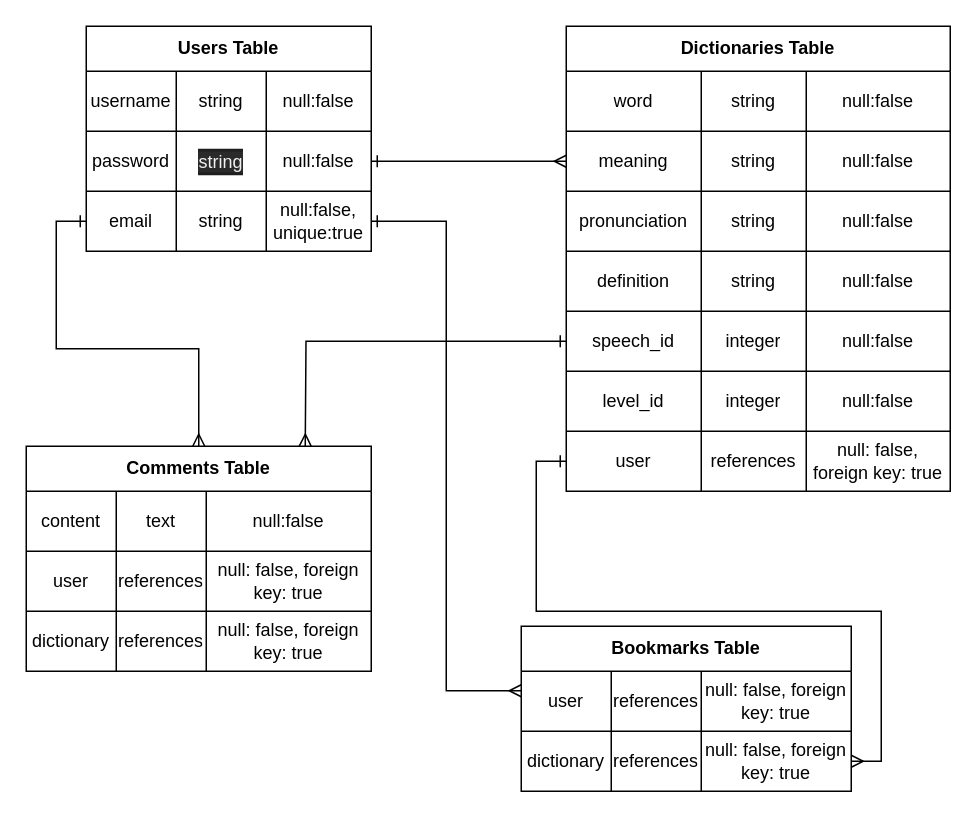
Above: memorize.dio in sebadohb/memorizers_app (draw.io), before the change. Source tidied: cells renumbered, new cells numbered last; positions are measured from the earlier drawing's top-left corner, leaving out a move shared by most shapes. Both pictures are drawn from the tidied source at 150%, with x=0, y=0 at pixel (26, 26).
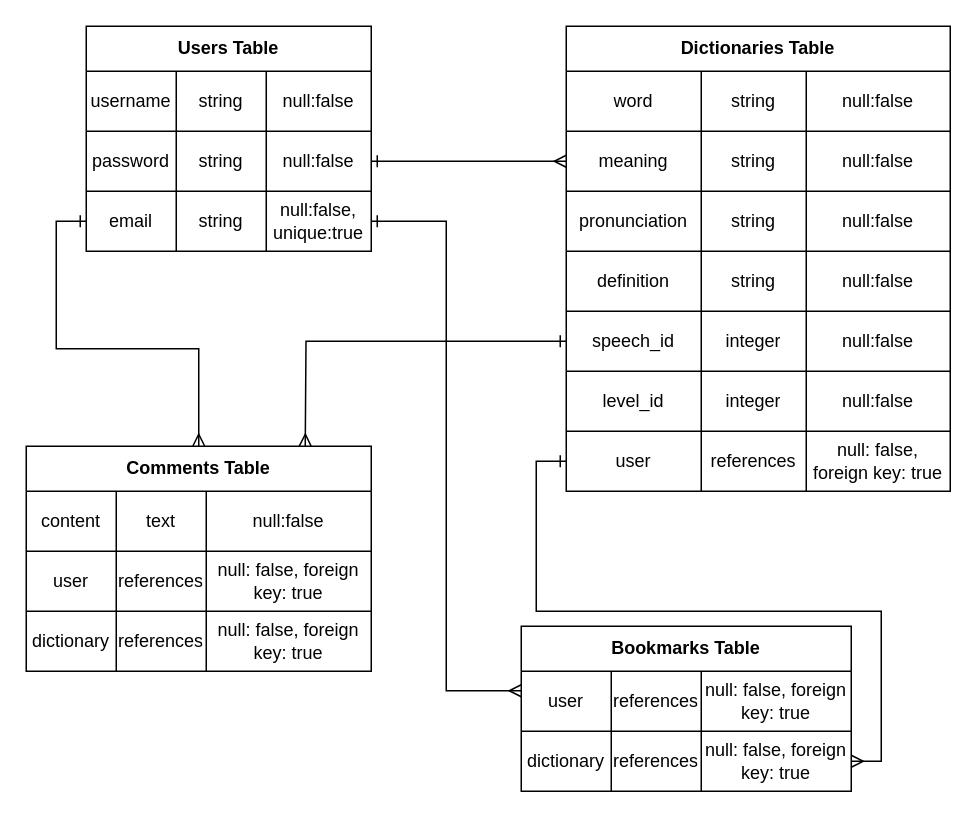
The same page after the edit.

The change refers to these unchanged cells:
```xml
<mxCell id="7" style="shape=partialRectangle;html=1;whiteSpace=wrap;fillColor=none;top=0;left=0;bottom=0;right=0;points=[[0,0.5],[1,0.5]];portConstraint=eastwest;" parent="2" vertex="1">
  <mxGeometry y="70" width="190" height="40" as="geometry" />
</mxCell>
```

Diff of the diagram source:
```diff
@@
-    <mxCell id="9" value="&lt;div style=&quot;color: rgb(212 , 212 , 212) ; background-color: rgb(30 , 30 , 30) ; font-family: &amp;#34;menlo&amp;#34; , &amp;#34;monaco&amp;#34; , &amp;#34;courier new&amp;#34; , monospace ; font-weight: normal ; font-size: 12px ; line-height: 18px&quot;&gt;&lt;span style=&quot;color: rgb(240 , 240 , 240) ; font-family: &amp;#34;helvetica&amp;#34; ; background-color: rgb(42 , 42 , 42)&quot;&gt;string&lt;/span&gt;&lt;br&gt;&lt;/div&gt;" style="shape=partialRectangle;html=1;whiteSpace=wrap;fillColor=none;top=0;left=0;bottom=0;right=0;overflow=hidden;" parent="7" vertex="1">
+    <mxCell id="9" value="&lt;font face=&quot;helvetica&quot;&gt;string&lt;/font&gt;" style="shape=partialRectangle;html=1;whiteSpace=wrap;fillColor=none;top=0;left=0;bottom=0;right=0;overflow=hidden;" parent="7" vertex="1">
       <mxGeometry x="60" width="60" height="40" as="geometry" />
     </mxCell>
```
